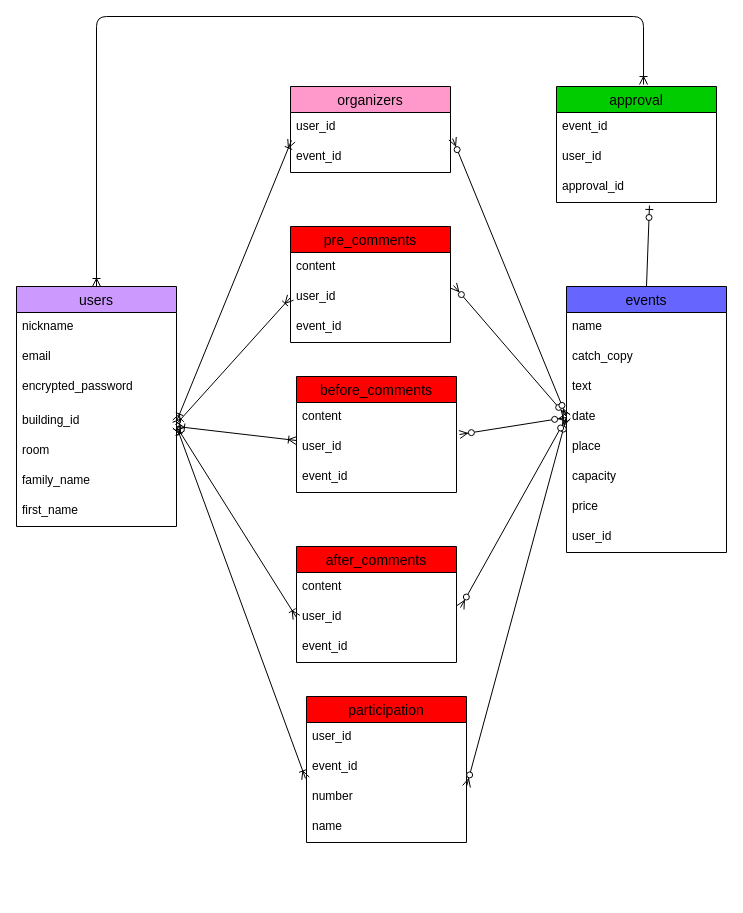
Above: ER.dio in nickAJ286/crestprimejitikai (draw.io), before the change. Source tidied: cells renumbered, new cells numbered last; positions are measured from the earlier drawing's top-left corner, leaving out a move shared by most shapes. Both pictures are drawn from the tidied source at 100%, with x=0, y=0 at pixel (16, 16).
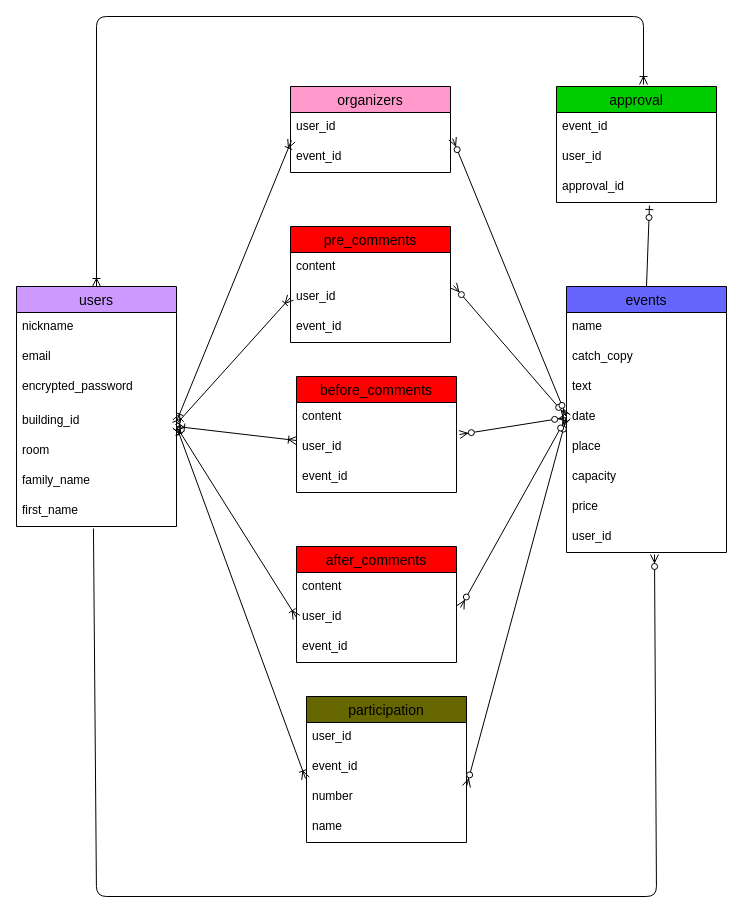
The same page after the edit.

The change refers to these unchanged cells:
```xml
<mxCell id="9" value="first_name" style="text;strokeColor=none;fillColor=none;spacingLeft=4;spacingRight=4;overflow=hidden;points=[[0,0.5],[1,0.5]];portConstraint=eastwest;fontSize=12;" parent="2" vertex="1">
  <mxGeometry y="210" width="160" height="30" as="geometry" />
</mxCell>
<mxCell id="18" value="user_id" style="text;strokeColor=none;fillColor=none;spacingLeft=4;spacingRight=4;overflow=hidden;points=[[0,0.5],[1,0.5]];portConstraint=eastwest;fontSize=12;" parent="10" vertex="1">
  <mxGeometry y="236" width="160" height="30" as="geometry" />
</mxCell>
```

Diff of the diagram source:
```diff
@@
-    <mxCell id="22" value="participation" style="swimlane;fontStyle=0;horizontal=1;startSize=26;align=center;fontSize=14;fillColor=#FF0000;" parent="1" vertex="1">
+    <mxCell id="22" value="participation" style="swimlane;fontStyle=0;horizontal=1;startSize=26;align=center;fontSize=14;fillColor=#666600;" parent="1" vertex="1">
       <mxGeometry x="290" y="680" width="160" height="146" as="geometry" />
     </mxCell>
@@
+    <mxCell id="55" style="fontSize=12;html=1;endArrow=ERzeroToMany;endFill=1;exitX=0.481;exitY=1.067;exitDx=0;exitDy=0;exitPerimeter=0;entryX=0.55;entryY=1.067;entryDx=0;entryDy=0;entryPerimeter=0;" parent="1" edge="1" source="9" target="18">
+      <mxGeometry relative="1" as="geometry">
+        <Array as="points">
+          <mxPoint x="80" y="880" />
+          <mxPoint x="640" y="880" />
+        </Array>
+      </mxGeometry>
+    </mxCell>
```
